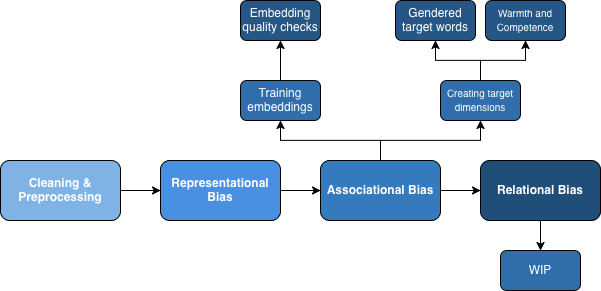
The draw.io diagram results/figures/Workflow_methodology.png in Idun9000/Gender-Stereotypes-in-LLM-generated-short-stories, before a commit. Source tidied: cells renumbered, new cells last; positions are measured from the earlier drawing's top-left corner, leaving out a move shared by most shapes. Its diagram source:
```xml
<mxGraphModel>
  <root>
    <mxCell id="0" />
    <mxCell id="1" parent="0" />
    <mxCell id="2" style="edgeStyle=orthogonalEdgeStyle;rounded=0;jettySize=auto;html=1;" parent="1" edge="1" source="3" target="5">
      <mxGeometry relative="1" as="geometry" />
    </mxCell>
    <mxCell id="3" value="&lt;b style=&quot;color: rgb(255, 255, 255);&quot;&gt;Cleaning &amp;amp; Preprocessing&lt;/b&gt;" style="rounded=1;whiteSpace=wrap;html=1;fillColor=light-dark(#7FB3E6,#003737);" parent="1" vertex="1">
      <mxGeometry y="160" width="120" height="60" as="geometry" />
    </mxCell>
    <mxCell id="4" style="edgeStyle=orthogonalEdgeStyle;rounded=0;jettySize=auto;html=1;" parent="1" edge="1" source="5" target="9">
      <mxGeometry relative="1" as="geometry" />
    </mxCell>
    <mxCell id="5" value="&lt;b style=&quot;color: rgb(255, 255, 255);&quot;&gt;Representational Bias&lt;/b&gt;" style="rounded=1;whiteSpace=wrap;html=1;fillColor=#4A90E2;" parent="1" vertex="1">
      <mxGeometry x="160" y="160" width="120" height="60" as="geometry" />
    </mxCell>
    <mxCell id="6" style="edgeStyle=orthogonalEdgeStyle;rounded=0;jettySize=auto;html=1;" parent="1" edge="1" source="9" target="11">
      <mxGeometry relative="1" as="geometry" />
    </mxCell>
    <mxCell id="7" style="edgeStyle=orthogonalEdgeStyle;rounded=0;jettySize=auto;html=1;entryX=0.5;entryY=1;entryDx=0;entryDy=0;" parent="1" edge="1" source="9" target="16">
      <mxGeometry relative="1" as="geometry" />
    </mxCell>
    <mxCell id="8" style="edgeStyle=orthogonalEdgeStyle;rounded=0;jettySize=auto;html=1;entryX=0.5;entryY=1;entryDx=0;entryDy=0;" parent="1" edge="1" source="9" target="13">
      <mxGeometry relative="1" as="geometry" />
    </mxCell>
    <mxCell id="9" value="&lt;b style=&quot;color: rgb(255, 255, 255);&quot;&gt;Associational Bias&lt;/b&gt;" style="rounded=1;whiteSpace=wrap;html=1;fillColor=#357ABD;" parent="1" vertex="1">
      <mxGeometry x="320" y="160" width="120" height="60" as="geometry" />
    </mxCell>
    <mxCell id="10" style="edgeStyle=orthogonalEdgeStyle;rounded=0;jettySize=auto;html=1;" parent="1" edge="1" source="11" target="20">
      <mxGeometry relative="1" as="geometry" />
    </mxCell>
    <mxCell id="11" value="&lt;b style=&quot;color: rgb(255, 255, 255);&quot;&gt;Relational Bias&lt;/b&gt;" style="rounded=1;whiteSpace=wrap;html=1;fillColor=#1F4E79;" parent="1" vertex="1">
      <mxGeometry x="480" y="160" width="120" height="60" as="geometry" />
    </mxCell>
    <mxCell id="12" style="edgeStyle=orthogonalEdgeStyle;rounded=0;jettySize=auto;html=1;" parent="1" edge="1" source="13" target="17">
      <mxGeometry relative="1" as="geometry" />
    </mxCell>
    <mxCell id="13" value="&lt;span style=&quot;color: rgb(255, 255, 255);&quot;&gt;Training embeddings&lt;/span&gt;" style="rounded=1;whiteSpace=wrap;html=1;fillColor=#306EAB;" parent="1" vertex="1">
      <mxGeometry x="240" y="80" width="80" height="40" as="geometry" />
    </mxCell>
    <mxCell id="14" style="edgeStyle=orthogonalEdgeStyle;rounded=0;jettySize=auto;html=1;" parent="1" edge="1" source="16" target="19">
      <mxGeometry relative="1" as="geometry" />
    </mxCell>
    <mxCell id="15" style="edgeStyle=orthogonalEdgeStyle;rounded=0;jettySize=auto;html=1;entryX=0.5;entryY=1;entryDx=0;entryDy=0;" parent="1" edge="1" source="16" target="18">
      <mxGeometry relative="1" as="geometry" />
    </mxCell>
    <mxCell id="16" value="&lt;span style=&quot;color: rgb(255, 255, 255);&quot;&gt;&lt;font style=&quot;font-size: 10px;&quot;&gt;Creating target dimensions&lt;/font&gt;&lt;/span&gt;" style="rounded=1;whiteSpace=wrap;html=1;fillColor=light-dark(#2f6eaa, #5995ce);" parent="1" vertex="1">
      <mxGeometry x="440" y="80" width="80" height="40" as="geometry" />
    </mxCell>
    <mxCell id="17" value="&lt;span style=&quot;color: rgb(255, 255, 255);&quot;&gt;Embedding quality checks&lt;/span&gt;" style="rounded=1;whiteSpace=wrap;html=1;fillColor=#255685;" parent="1" vertex="1">
      <mxGeometry x="240" width="80" height="40" as="geometry" />
    </mxCell>
    <mxCell id="18" value="&lt;span style=&quot;color: rgb(255, 255, 255);&quot;&gt;Gendered target words&lt;/span&gt;" style="rounded=1;whiteSpace=wrap;html=1;fillColor=light-dark(#255685, #5995ce);" parent="1" vertex="1">
      <mxGeometry x="395" width="80" height="40" as="geometry" />
    </mxCell>
    <mxCell id="19" value="&lt;font style=&quot;font-size: 10px;&quot;&gt;&lt;span style=&quot;color: rgb(255, 255, 255);&quot;&gt;Warmth and Competence&lt;/span&gt;&lt;/font&gt;" style="rounded=1;whiteSpace=wrap;html=1;fillColor=#255685;" parent="1" vertex="1">
      <mxGeometry x="485" width="80" height="40" as="geometry" />
    </mxCell>
    <mxCell id="20" value="&lt;span style=&quot;color: rgb(255, 255, 255);&quot;&gt;WIP&lt;/span&gt;" style="rounded=1;whiteSpace=wrap;html=1;fillColor=light-dark(#2f6eaa, #5995ce);" parent="1" vertex="1">
      <mxGeometry x="500" y="250" width="80" height="40" as="geometry" />
    </mxCell>
  </root>
</mxGraphModel>
```
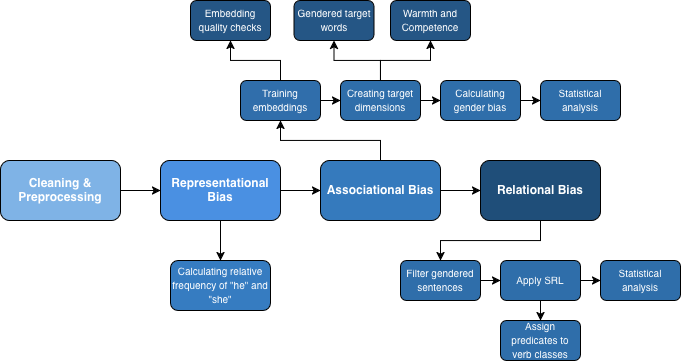
The same diagram one commit later.

Change to the diagram source:
```diff
@@ -11,15 +11,15 @@
     <mxCell id="4" style="edgeStyle=orthogonalEdgeStyle;rounded=0;jettySize=auto;html=1;" parent="1" edge="1" source="5" target="9">
       <mxGeometry relative="1" as="geometry" />
     </mxCell>
+    <mxCell id="21" style="edgeStyle=orthogonalEdgeStyle;rounded=0;jettySize=auto;html=1;exitX=0.5;exitY=1;exitDx=0;exitDy=0;" parent="1" edge="1" source="5" target="25">
+      <mxGeometry relative="1" as="geometry" />
+    </mxCell>
     <mxCell id="5" value="&lt;b style=&quot;color: rgb(255, 255, 255);&quot;&gt;Representational Bias&lt;/b&gt;" style="rounded=1;whiteSpace=wrap;html=1;fillColor=#4A90E2;" parent="1" vertex="1">
       <mxGeometry x="160" y="160" width="120" height="60" as="geometry" />
     </mxCell>
     <mxCell id="6" style="edgeStyle=orthogonalEdgeStyle;rounded=0;jettySize=auto;html=1;" parent="1" edge="1" source="9" target="11">
       <mxGeometry relative="1" as="geometry" />
     </mxCell>
-    <mxCell id="7" style="edgeStyle=orthogonalEdgeStyle;rounded=0;jettySize=auto;html=1;entryX=0.5;entryY=1;entryDx=0;entryDy=0;" parent="1" edge="1" source="9" target="16">
-      <mxGeometry relative="1" as="geometry" />
-    </mxCell>
     <mxCell id="8" style="edgeStyle=orthogonalEdgeStyle;rounded=0;jettySize=auto;html=1;entryX=0.5;entryY=1;entryDx=0;entryDy=0;" parent="1" edge="1" source="9" target="13">
       <mxGeometry relative="1" as="geometry" />
     </mxCell>
@@ -35,7 +35,10 @@
     <mxCell id="12" style="edgeStyle=orthogonalEdgeStyle;rounded=0;jettySize=auto;html=1;" parent="1" edge="1" source="13" target="17">
       <mxGeometry relative="1" as="geometry" />
     </mxCell>
+    <mxCell id="22" style="edgeStyle=orthogonalEdgeStyle;rounded=0;jettySize=auto;html=1;exitX=1;exitY=0.5;exitDx=0;exitDy=0;entryX=0;entryY=0.5;entryDx=0;entryDy=0;" parent="1" edge="1" source="13" target="16">
+      <mxGeometry relative="1" as="geometry" />
+    </mxCell>
-    <mxCell id="13" value="&lt;span style=&quot;color: rgb(255, 255, 255);&quot;&gt;Training embeddings&lt;/span&gt;" style="rounded=1;whiteSpace=wrap;html=1;fillColor=#306EAB;" parent="1" vertex="1">
+    <mxCell id="13" value="&lt;font style=&quot;font-size: 10px;&quot;&gt;&lt;span style=&quot;color: rgb(255, 255, 255);&quot;&gt;Training embeddings&lt;/span&gt;&lt;/font&gt;" style="rounded=1;whiteSpace=wrap;html=1;fillColor=#306EAB;" parent="1" vertex="1">
       <mxGeometry x="240" y="80" width="80" height="40" as="geometry" />
     </mxCell>
     <mxCell id="14" style="edgeStyle=orthogonalEdgeStyle;rounded=0;jettySize=auto;html=1;" parent="1" edge="1" source="16" target="19">
@@ -44,20 +47,53 @@
     <mxCell id="15" style="edgeStyle=orthogonalEdgeStyle;rounded=0;jettySize=auto;html=1;entryX=0.5;entryY=1;entryDx=0;entryDy=0;" parent="1" edge="1" source="16" target="18">
       <mxGeometry relative="1" as="geometry" />
     </mxCell>
+    <mxCell id="23" style="edgeStyle=orthogonalEdgeStyle;rounded=0;jettySize=auto;html=1;exitX=1;exitY=0.5;exitDx=0;exitDy=0;entryX=0;entryY=0.5;entryDx=0;entryDy=0;" parent="1" edge="1" source="16" target="27">
+      <mxGeometry relative="1" as="geometry" />
+    </mxCell>
     <mxCell id="16" value="&lt;span style=&quot;color: rgb(255, 255, 255);&quot;&gt;&lt;font style=&quot;font-size: 10px;&quot;&gt;Creating target dimensions&lt;/font&gt;&lt;/span&gt;" style="rounded=1;whiteSpace=wrap;html=1;fillColor=light-dark(#2f6eaa, #5995ce);" parent="1" vertex="1">
-      <mxGeometry x="440" y="80" width="80" height="40" as="geometry" />
+      <mxGeometry x="340" y="80" width="80" height="40" as="geometry" />
     </mxCell>
-    <mxCell id="17" value="&lt;span style=&quot;color: rgb(255, 255, 255);&quot;&gt;Embedding quality checks&lt;/span&gt;" style="rounded=1;whiteSpace=wrap;html=1;fillColor=#255685;" parent="1" vertex="1">
-      <mxGeometry x="240" width="80" height="40" as="geometry" />
+    <mxCell id="17" value="&lt;font style=&quot;font-size: 10px;&quot;&gt;&lt;span style=&quot;color: rgb(255, 255, 255);&quot;&gt;Embedding quality checks&lt;/span&gt;&lt;/font&gt;" style="rounded=1;whiteSpace=wrap;html=1;fillColor=#255685;" parent="1" vertex="1">
+      <mxGeometry x="190" width="80" height="40" as="geometry" />
     </mxCell>
-    <mxCell id="18" value="&lt;span style=&quot;color: rgb(255, 255, 255);&quot;&gt;Gendered target words&lt;/span&gt;" style="rounded=1;whiteSpace=wrap;html=1;fillColor=light-dark(#255685, #5995ce);" parent="1" vertex="1">
-      <mxGeometry x="395" width="80" height="40" as="geometry" />
+    <mxCell id="18" value="&lt;font style=&quot;font-size: 10px;&quot;&gt;&lt;span style=&quot;color: rgb(255, 255, 255);&quot;&gt;Gendered target words&lt;/span&gt;&lt;/font&gt;" style="rounded=1;whiteSpace=wrap;html=1;fillColor=light-dark(#255685, #5995ce);" parent="1" vertex="1">
+      <mxGeometry x="293.5" width="80" height="40" as="geometry" />
     </mxCell>
     <mxCell id="19" value="&lt;font style=&quot;font-size: 10px;&quot;&gt;&lt;span style=&quot;color: rgb(255, 255, 255);&quot;&gt;Warmth and Competence&lt;/span&gt;&lt;/font&gt;" style="rounded=1;whiteSpace=wrap;html=1;fillColor=#255685;" parent="1" vertex="1">
-      <mxGeometry x="485" width="80" height="40" as="geometry" />
+      <mxGeometry x="390" width="80" height="40" as="geometry" />
     </mxCell>
+    <mxCell id="24" style="edgeStyle=orthogonalEdgeStyle;rounded=0;jettySize=auto;html=1;" parent="1" edge="1" source="20" target="31">
+      <mxGeometry relative="1" as="geometry" />
+    </mxCell>
-    <mxCell id="20" value="&lt;span style=&quot;color: rgb(255, 255, 255);&quot;&gt;WIP&lt;/span&gt;" style="rounded=1;whiteSpace=wrap;html=1;fillColor=light-dark(#2f6eaa, #5995ce);" parent="1" vertex="1">
-      <mxGeometry x="500" y="250" width="80" height="40" as="geometry" />
+    <mxCell id="20" value="&lt;font size=&quot;1&quot; style=&quot;color: rgb(255, 255, 255);&quot;&gt;Filter gendered sentences&lt;/font&gt;" style="rounded=1;whiteSpace=wrap;html=1;fillColor=light-dark(#2f6eaa, #5995ce);" parent="1" vertex="1">
+      <mxGeometry x="400" y="260" width="80" height="40" as="geometry" />
     </mxCell>
+    <mxCell id="25" value="&lt;font style=&quot;font-size: 10px; color: rgb(255, 255, 255);&quot;&gt;Calculating relative frequency of &quot;he&quot; and &quot;she&quot;&lt;/font&gt;" style="rounded=1;whiteSpace=wrap;html=1;fillColor=#367CC1;" parent="1" vertex="1">
+      <mxGeometry x="170" y="260" width="100" height="50" as="geometry" />
+    </mxCell>
+    <mxCell id="26" style="edgeStyle=orthogonalEdgeStyle;rounded=0;jettySize=auto;html=1;exitX=1;exitY=0.5;exitDx=0;exitDy=0;entryX=0;entryY=0.5;entryDx=0;entryDy=0;" parent="1" edge="1" source="27" target="28">
+      <mxGeometry relative="1" as="geometry" />
+    </mxCell>
+    <mxCell id="27" value="&lt;font style=&quot;font-size: 10px;&quot;&gt;&lt;span style=&quot;color: rgb(255, 255, 255);&quot;&gt;Calculating gender bias&lt;/span&gt;&lt;/font&gt;" style="rounded=1;whiteSpace=wrap;html=1;fillColor=light-dark(#2f6eaa, #5995ce);" parent="1" vertex="1">
+      <mxGeometry x="440" y="80" width="80" height="40" as="geometry" />
+    </mxCell>
+    <mxCell id="28" value="&lt;span style=&quot;color: rgb(255, 255, 255);&quot;&gt;&lt;font style=&quot;font-size: 10px;&quot;&gt;Statistical analysis&lt;/font&gt;&lt;/span&gt;" style="rounded=1;whiteSpace=wrap;html=1;fillColor=light-dark(#2f6eaa, #5995ce);" parent="1" vertex="1">
+      <mxGeometry x="540" y="80" width="80" height="40" as="geometry" />
+    </mxCell>
+    <mxCell id="29" style="edgeStyle=orthogonalEdgeStyle;rounded=0;jettySize=auto;html=1;" parent="1" edge="1" source="31" target="32">
+      <mxGeometry relative="1" as="geometry" />
+    </mxCell>
+    <mxCell id="30" style="edgeStyle=orthogonalEdgeStyle;rounded=0;jettySize=auto;html=1;" parent="1" edge="1" source="31" target="33">
+      <mxGeometry relative="1" as="geometry" />
+    </mxCell>
+    <mxCell id="31" value="&lt;font size=&quot;1&quot; style=&quot;color: rgb(255, 255, 255);&quot;&gt;Apply SRL&lt;/font&gt;" style="rounded=1;whiteSpace=wrap;html=1;fillColor=light-dark(#2f6eaa, #5995ce);" parent="1" vertex="1">
+      <mxGeometry x="500" y="260" width="80" height="40" as="geometry" />
+    </mxCell>
+    <mxCell id="32" value="&lt;font size=&quot;1&quot; style=&quot;color: rgb(255, 255, 255);&quot;&gt;Statistical analysis&lt;/font&gt;" style="rounded=1;whiteSpace=wrap;html=1;fillColor=light-dark(#2f6eaa, #5995ce);" parent="1" vertex="1">
+      <mxGeometry x="600" y="260" width="80" height="40" as="geometry" />
+    </mxCell>
+    <mxCell id="33" value="&lt;font size=&quot;1&quot; style=&quot;color: rgb(255, 255, 255);&quot;&gt;Assign predicates to verb classes&lt;/font&gt;" style="rounded=1;whiteSpace=wrap;html=1;fillColor=light-dark(#2f6eaa, #5995ce);" parent="1" vertex="1">
+      <mxGeometry x="500" y="320" width="80" height="40" as="geometry" />
+    </mxCell>
   </root>
 </mxGraphModel>
```
